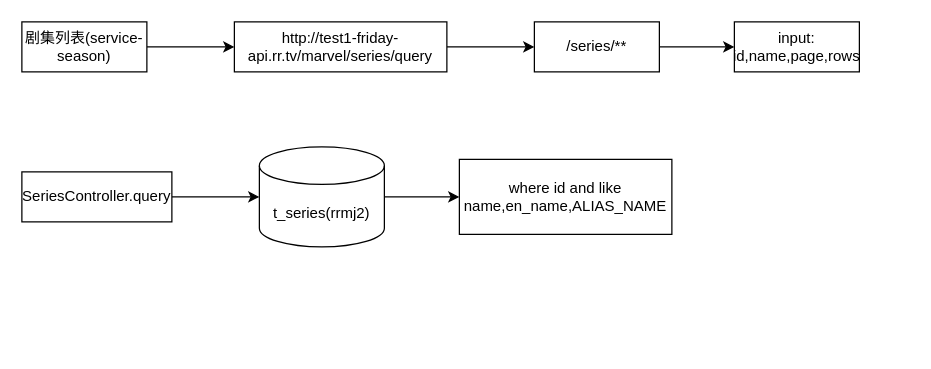
This is 剧管理.drawio from songmulin/rr-business, a draw.io file, before an edit. Source tidied: cells renumbered, new cells numbered last; positions are measured from the earlier drawing's top-left corner, leaving out a move shared by most shapes. Both pictures are drawn from the tidied source at 125%, with x=0, y=0 at pixel (21, 21).
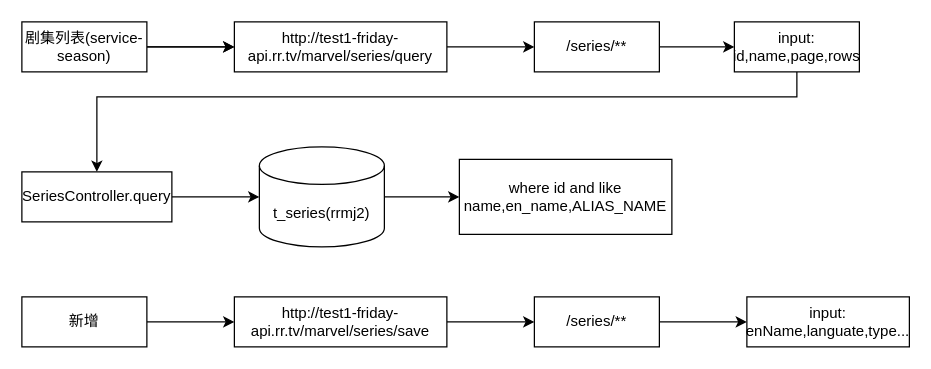
After the change.

Unchanged cells that the change refers to:
```xml
<mxCell id="3" value="剧集列表(service-season)" style="rounded=0;whiteSpace=wrap;html=1;" parent="1" vertex="1">
  <mxGeometry width="100" height="40" as="geometry" />
</mxCell>
<mxCell id="5" value="SeriesController.query" style="rounded=0;whiteSpace=wrap;html=1;" parent="1" vertex="1">
  <mxGeometry y="120" width="120" height="40" as="geometry" />
</mxCell>
<mxCell id="10" value="http://test1-friday-api.rr.tv/marvel/series/query" style="rounded=0;whiteSpace=wrap;html=1;" parent="1" vertex="1">
  <mxGeometry x="170" width="170" height="40" as="geometry" />
</mxCell>
<mxCell id="13" value="input: id,name,page,rows" style="rounded=0;whiteSpace=wrap;html=1;" parent="1" vertex="1">
  <mxGeometry x="570" width="100" height="40" as="geometry" />
</mxCell>
```

The edit, as a diff of the source:
```diff
@@
+    <mxCell id="14" style="edgeStyle=orthogonalEdgeStyle;rounded=0;jettySize=auto;html=1;" parent="1" edge="1" source="3" target="10">
+      <mxGeometry relative="1" as="geometry" />
+    </mxCell>
@@
+    <mxCell id="15" style="edgeStyle=orthogonalEdgeStyle;rounded=0;jettySize=auto;html=1;entryX=0.5;entryY=0;entryDx=0;entryDy=0;" parent="1" edge="1" source="13" target="5">
+      <mxGeometry relative="1" as="geometry">
+        <Array as="points">
+          <mxPoint x="620" y="60" />
+          <mxPoint x="60" y="60" />
+        </Array>
+      </mxGeometry>
+    </mxCell>
@@
+    <mxCell id="16" style="edgeStyle=orthogonalEdgeStyle;rounded=0;jettySize=auto;html=1;" parent="1" edge="1" source="17" target="19">
+      <mxGeometry relative="1" as="geometry" />
+    </mxCell>
+    <mxCell id="17" value="新增" style="rounded=0;whiteSpace=wrap;html=1;" parent="1" vertex="1">
+      <mxGeometry y="220" width="100" height="40" as="geometry" />
+    </mxCell>
+    <mxCell id="18" style="edgeStyle=orthogonalEdgeStyle;rounded=0;jettySize=auto;html=1;entryX=0;entryY=0.5;entryDx=0;entryDy=0;" parent="1" edge="1" source="19" target="21">
+      <mxGeometry relative="1" as="geometry" />
+    </mxCell>
+    <mxCell id="19" value="http://test1-friday-api.rr.tv/marvel/series/save" style="rounded=0;whiteSpace=wrap;html=1;" parent="1" vertex="1">
+      <mxGeometry x="170" y="220" width="170" height="40" as="geometry" />
+    </mxCell>
+    <mxCell id="20" style="edgeStyle=orthogonalEdgeStyle;rounded=0;jettySize=auto;html=1;entryX=0;entryY=0.5;entryDx=0;entryDy=0;" parent="1" edge="1" source="21" target="22">
+      <mxGeometry relative="1" as="geometry" />
+    </mxCell>
+    <mxCell id="21" value="/series/**" style="rounded=0;whiteSpace=wrap;html=1;" parent="1" vertex="1">
+      <mxGeometry x="410" y="220" width="100" height="40" as="geometry" />
+    </mxCell>
+    <mxCell id="22" value="input: enName,languate,type..." style="rounded=0;whiteSpace=wrap;html=1;" parent="1" vertex="1">
+      <mxGeometry x="580" y="220" width="130" height="40" as="geometry" />
+    </mxCell>
```
